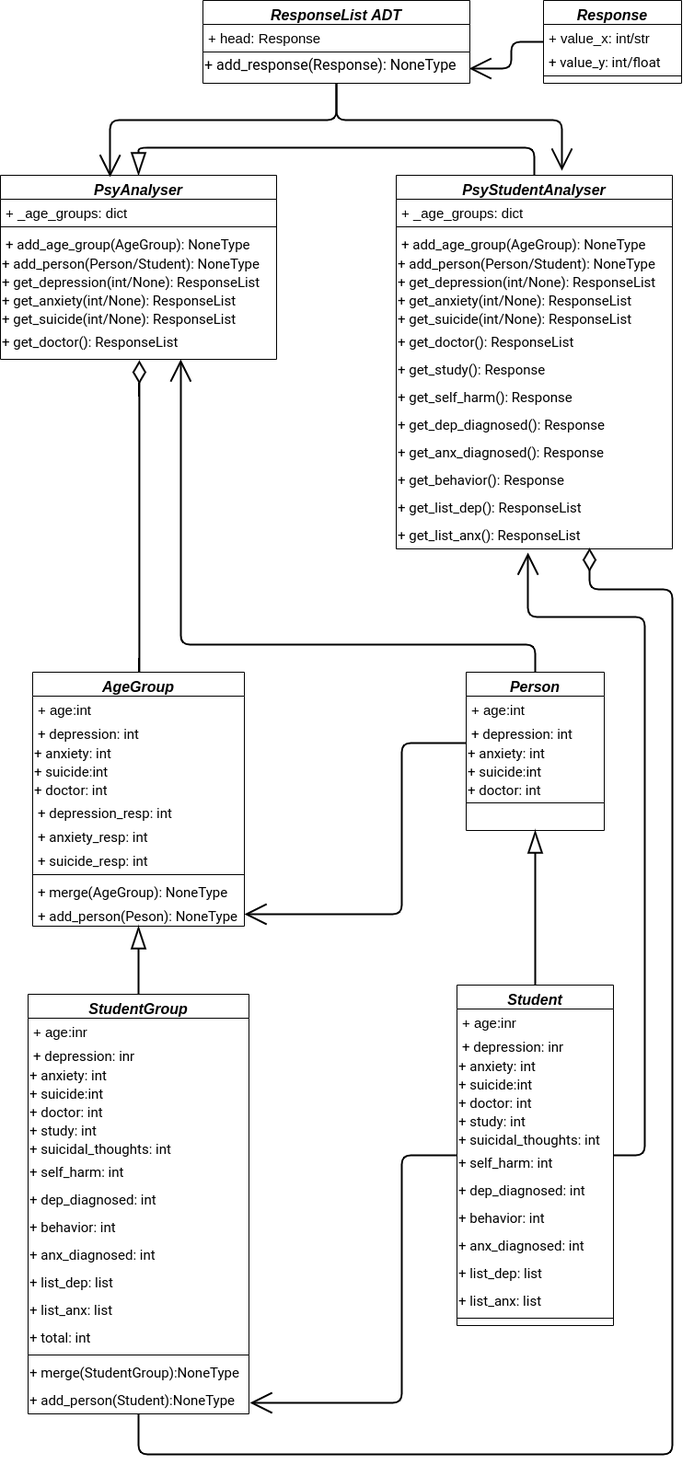
The draw.io diagram diagrams/adt_diagram.png in sophmintaii/UCU_2term_homework, before a commit. Source tidied: cells renumbered, new cells last; positions are measured from the earlier drawing's top-left corner, leaving out a move shared by most shapes.
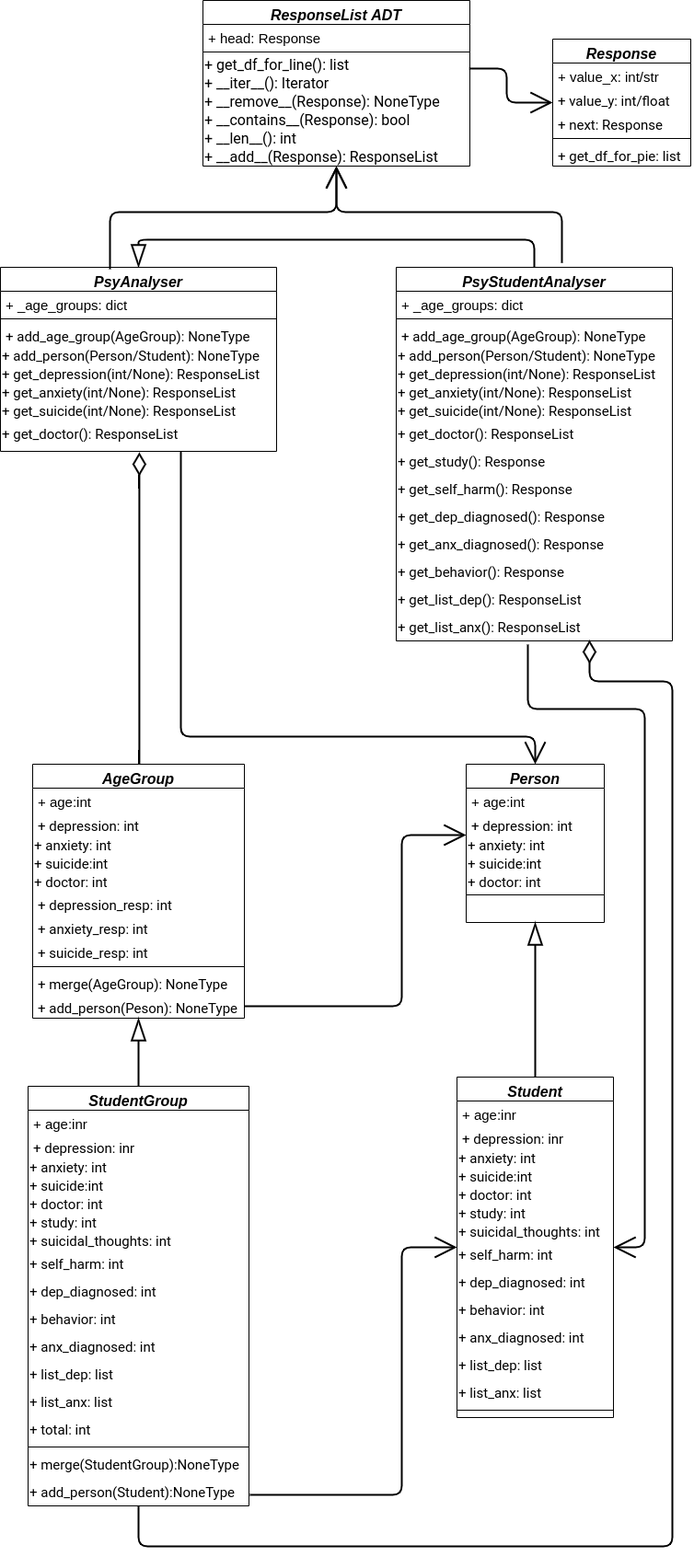
After the commit.

Commit message:
edited adt diagram

Change to the diagram source:
```diff
@@ -8,7 +8,7 @@
     <mxCell id="3" style="edgeStyle=orthogonalEdgeStyle;rounded=0;jettySize=auto;html=1;fontFamily=Roboto;fontSize=16;entryX=0.5;entryY=1;entryDx=0;entryDy=0;endArrow=blockThin;endFill=0;endSize=20;strokeWidth=2;" parent="1" edge="1" source="70" target="57">
       <mxGeometry relative="1" as="geometry" />
     </mxCell>
-    <mxCell id="4" style="edgeStyle=orthogonalEdgeStyle;rounded=1;jettySize=auto;html=1;endArrow=open;endFill=0;endSize=20;strokeWidth=2;fontFamily=Roboto;fontSize=16;entryX=1;entryY=0.5;entryDx=0;entryDy=0;" parent="1" edge="1" source="34" target="68">
+    <mxCell id="4" style="edgeStyle=orthogonalEdgeStyle;rounded=1;jettySize=auto;html=1;endArrow=none;endFill=0;endSize=20;strokeWidth=2;fontFamily=Roboto;fontSize=16;entryX=1;entryY=0.5;entryDx=0;entryDy=0;startArrow=open;startFill=0;startSize=20;" parent="1" edge="1" source="34" target="68">
       <mxGeometry relative="1" as="geometry">
         <Array as="points">
           <mxPoint x="436" y="807" />
@@ -16,7 +16,7 @@
         </Array>
       </mxGeometry>
     </mxCell>
-    <mxCell id="5" style="edgeStyle=orthogonalEdgeStyle;rounded=1;jettySize=auto;html=1;endArrow=open;endFill=0;endSize=20;strokeWidth=2;fontFamily=Roboto;fontSize=16;entryX=1.004;entryY=0.6;entryDx=0;entryDy=0;entryPerimeter=0;" parent="1" edge="1" source="42" target="87">
+    <mxCell id="5" style="edgeStyle=orthogonalEdgeStyle;rounded=1;jettySize=auto;html=1;endArrow=none;endFill=0;endSize=20;strokeWidth=2;fontFamily=Roboto;fontSize=16;entryX=1.004;entryY=0.6;entryDx=0;entryDy=0;entryPerimeter=0;startArrow=open;startFill=0;startSize=20;" parent="1" edge="1" source="42" target="87">
       <mxGeometry relative="1" as="geometry">
         <Array as="points">
           <mxPoint x="436" y="1255" />
@@ -109,7 +109,7 @@
         </Array>
       </mxGeometry>
     </mxCell>
-    <mxCell id="33" style="edgeStyle=orthogonalEdgeStyle;rounded=1;jettySize=auto;html=1;endArrow=open;endFill=0;endSize=20;strokeWidth=2;fontFamily=Roboto;fontSize=16;entryX=0.653;entryY=1.133;entryDx=0;entryDy=0;entryPerimeter=0;" parent="1" edge="1" source="34" target="31">
+    <mxCell id="33" style="edgeStyle=orthogonalEdgeStyle;rounded=1;jettySize=auto;html=1;endArrow=none;endFill=0;endSize=19;strokeWidth=2;fontFamily=Roboto;fontSize=16;entryX=0.653;entryY=1.133;entryDx=0;entryDy=0;entryPerimeter=0;startArrow=open;startFill=0;startSize=20;" parent="1" edge="1" source="34" target="31">
       <mxGeometry relative="1" as="geometry">
         <Array as="points">
           <mxPoint x="581" y="700" />
@@ -138,7 +138,7 @@
     <mxCell id="40" style="line;html=1;strokeWidth=1;align=left;verticalAlign=middle;spacingTop=-1;spacingLeft=3;spacingRight=3;labelPosition=right;" parent="34" vertex="1">
       <mxGeometry y="138" width="150" height="8" as="geometry" />
     </mxCell>
-    <mxCell id="41" style="edgeStyle=orthogonalEdgeStyle;rounded=1;jettySize=auto;html=1;endArrow=open;endFill=0;endSize=20;strokeWidth=2;fontFamily=Roboto;fontSize=16;entryX=0.477;entryY=1.133;entryDx=0;entryDy=0;entryPerimeter=0;" parent="1" edge="1" source="42" target="22">
+    <mxCell id="41" style="edgeStyle=orthogonalEdgeStyle;rounded=1;jettySize=auto;html=1;endArrow=none;endFill=0;endSize=20;strokeWidth=2;fontFamily=Roboto;fontSize=16;entryX=0.477;entryY=1.133;entryDx=0;entryDy=0;entryPerimeter=0;startSize=20;startArrow=open;startFill=0;" parent="1" edge="1" source="42" target="22">
       <mxGeometry relative="1" as="geometry">
         <Array as="points">
           <mxPoint x="700" y="1255" />
@@ -294,10 +294,10 @@
     <mxCell id="87" value="&lt;span style=&quot;font-size: 15px&quot;&gt;+ add_person(Student):NoneType&lt;/span&gt;" style="text;html=1;align=left;verticalAlign=middle;points=[];fontSize=16;fontFamily=Roboto;" parent="70" vertex="1">
       <mxGeometry y="426" width="240" height="30" as="geometry" />
     </mxCell>
-    <mxCell id="88" style="edgeStyle=orthogonalEdgeStyle;rounded=1;jettySize=auto;html=1;endArrow=open;endFill=0;endSize=20;strokeWidth=2;fontFamily=Roboto;fontSize=16;entryX=0.997;entryY=0.7;entryDx=0;entryDy=0;entryPerimeter=0;" parent="1" edge="1" source="94" target="93">
+    <mxCell id="88" style="edgeStyle=orthogonalEdgeStyle;rounded=1;jettySize=auto;html=1;endArrow=none;endFill=0;endSize=20;strokeWidth=2;fontFamily=Roboto;fontSize=16;entryX=0.997;entryY=0.7;entryDx=0;entryDy=0;entryPerimeter=0;startArrow=open;startFill=0;startSize=20;" parent="1" edge="1" source="94" target="93">
       <mxGeometry relative="1" as="geometry" />
     </mxCell>
-    <mxCell id="89" style="edgeStyle=orthogonalEdgeStyle;rounded=1;jettySize=auto;html=1;endArrow=open;endFill=0;endSize=20;strokeWidth=2;fontFamily=Roboto;fontSize=16;exitX=0.5;exitY=1;exitDx=0;exitDy=0;entryX=0.397;entryY=0.01;entryDx=0;entryDy=0;entryPerimeter=0;" parent="1" edge="1" source="90" target="23">
+    <mxCell id="89" style="edgeStyle=orthogonalEdgeStyle;rounded=1;jettySize=auto;html=1;endArrow=none;endFill=0;endSize=20;strokeWidth=2;fontFamily=Roboto;fontSize=16;exitX=0.5;exitY=1;exitDx=0;exitDy=0;entryX=0.397;entryY=0.01;entryDx=0;entryDy=0;entryPerimeter=0;startArrow=open;startFill=0;startSize=20;" parent="1" edge="1" source="90" target="23">
       <mxGeometry relative="1" as="geometry">
         <Array as="points">
           <mxPoint x="365" y="130" />
@@ -305,8 +305,16 @@
         </Array>
       </mxGeometry>
     </mxCell>
+    <mxCell id="98" style="edgeStyle=orthogonalEdgeStyle;rounded=1;jettySize=auto;html=1;endArrow=none;endFill=0;endSize=20;strokeWidth=2;fontFamily=Roboto;fontSize=16;exitX=0.5;exitY=1;exitDx=0;exitDy=0;entryX=0.6;entryY=-0.012;entryDx=0;entryDy=0;entryPerimeter=0;startArrow=open;startFill=0;startSize=20;" parent="1" edge="1" source="90" target="7">
+      <mxGeometry relative="1" as="geometry">
+        <Array as="points">
+          <mxPoint x="365" y="130" />
+          <mxPoint x="610" y="130" />
+        </Array>
+      </mxGeometry>
+    </mxCell>
     <mxCell id="90" value="ResponseList ADT" style="swimlane;fontStyle=3;align=center;verticalAlign=top;horizontal=1;startSize=26;rounded=0;shadow=0;strokeWidth=1;fontSize=16;" parent="1" vertex="1">
-      <mxGeometry x="220" width="290" height="90" as="geometry" />
+      <mxGeometry x="220" y="-100" width="290" height="180" as="geometry" />
     </mxCell>
     <mxCell id="91" value="+ head: Response" style="text;align=left;verticalAlign=top;spacingLeft=4;spacingRight=4;overflow=hidden;fontSize=15;" parent="90" vertex="1">
       <mxGeometry y="26" width="290" height="26" as="geometry" />
@@ -314,11 +322,26 @@
     <mxCell id="92" style="line;html=1;strokeWidth=1;align=left;verticalAlign=middle;spacingTop=-1;spacingLeft=3;spacingRight=3;labelPosition=right;" parent="90" vertex="1">
       <mxGeometry y="52" width="290" height="8" as="geometry" />
     </mxCell>
-    <mxCell id="93" value="+ add_response(Response): NoneType" style="text;html=1;align=left;verticalAlign=middle;points=[];fontSize=16;fontFamily=Roboto;" parent="90" vertex="1">
+    <mxCell id="93" value="+ get_df_for_line(): list" style="text;html=1;align=left;verticalAlign=middle;points=[];fontSize=16;fontFamily=Roboto;" parent="90" vertex="1">
       <mxGeometry y="60" width="290" height="20" as="geometry" />
     </mxCell>
+    <mxCell id="99" value="+ __iter__(): Iterator" style="text;html=1;align=left;verticalAlign=middle;fontSize=16;fontFamily=Roboto;" parent="90" vertex="1">
+      <mxGeometry y="80" width="290" height="20" as="geometry" />
+    </mxCell>
+    <mxCell id="100" value="+ __remove__(Response): NoneType" style="text;html=1;align=left;verticalAlign=middle;fontSize=16;fontFamily=Roboto;" parent="90" vertex="1">
+      <mxGeometry y="100" width="290" height="20" as="geometry" />
+    </mxCell>
+    <mxCell id="101" value="+ __contains__(Response): bool" style="text;html=1;align=left;verticalAlign=middle;fontSize=16;fontFamily=Roboto;" parent="90" vertex="1">
+      <mxGeometry y="120" width="290" height="20" as="geometry" />
+    </mxCell>
+    <mxCell id="102" value="+ __len__(): int" style="text;html=1;align=left;verticalAlign=middle;fontSize=16;fontFamily=Roboto;" parent="90" vertex="1">
+      <mxGeometry y="140" width="290" height="20" as="geometry" />
+    </mxCell>
+    <mxCell id="103" value="+ __add__(Response): ResponseList" style="text;html=1;align=left;verticalAlign=middle;fontSize=16;fontFamily=Roboto;" parent="90" vertex="1">
+      <mxGeometry y="160" width="290" height="20" as="geometry" />
+    </mxCell>
     <mxCell id="94" value="Response" style="swimlane;fontStyle=3;align=center;verticalAlign=top;horizontal=1;startSize=26;rounded=0;shadow=0;strokeWidth=1;fontSize=16;" parent="1" vertex="1">
-      <mxGeometry x="590" width="150" height="90" as="geometry" />
+      <mxGeometry x="600" y="-58" width="150" height="138" as="geometry" />
     </mxCell>
     <mxCell id="95" value="+ value_x: int/str" style="text;align=left;verticalAlign=top;spacingLeft=4;spacingRight=4;overflow=hidden;fontSize=15;" parent="94" vertex="1">
       <mxGeometry y="26" width="150" height="26" as="geometry" />
@@ -326,16 +349,14 @@
     <mxCell id="96" value="+ value_y: int/float" style="text;align=left;verticalAlign=top;spacingLeft=4;spacingRight=4;overflow=hidden;fontFamily=Roboto;fontSize=15;" parent="94" vertex="1">
       <mxGeometry y="52" width="150" height="26" as="geometry" />
     </mxCell>
+    <mxCell id="104" value="+ next: Response" style="text;align=left;verticalAlign=top;spacingLeft=4;spacingRight=4;overflow=hidden;fontFamily=Roboto;fontSize=15;" parent="94" vertex="1">
+      <mxGeometry y="78" width="150" height="26" as="geometry" />
+    </mxCell>
     <mxCell id="97" style="line;html=1;strokeWidth=1;align=left;verticalAlign=middle;spacingTop=-1;spacingLeft=3;spacingRight=3;labelPosition=right;" parent="94" vertex="1">
-      <mxGeometry y="78" width="150" height="8" as="geometry" />
+      <mxGeometry y="104" width="150" height="8" as="geometry" />
     </mxCell>
-    <mxCell id="98" style="edgeStyle=orthogonalEdgeStyle;rounded=1;jettySize=auto;html=1;endArrow=open;endFill=0;endSize=20;strokeWidth=2;fontFamily=Roboto;fontSize=16;exitX=0.5;exitY=1;exitDx=0;exitDy=0;entryX=0.6;entryY=-0.012;entryDx=0;entryDy=0;entryPerimeter=0;" parent="1" edge="1" source="90" target="7">
-      <mxGeometry relative="1" as="geometry">
-        <Array as="points">
-          <mxPoint x="365" y="130" />
-          <mxPoint x="610" y="130" />
-        </Array>
-      </mxGeometry>
-    </mxCell>
+    <mxCell id="105" value="+ get_df_for_pie: list" style="text;align=left;verticalAlign=top;spacingLeft=4;spacingRight=4;overflow=hidden;fontFamily=Roboto;fontSize=15;" parent="94" vertex="1">
+      <mxGeometry y="112" width="150" height="26" as="geometry" />
+    </mxCell>
   </root>
 </mxGraphModel>
```
